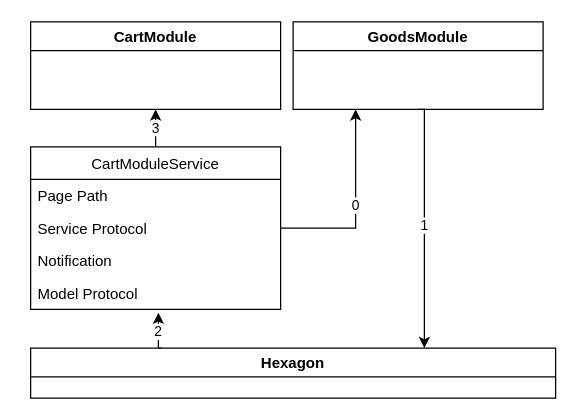
no33jou/yaoyeBlog keeps this draw.io diagram as Hexagon数据流向图.drawio. Above is the earlier version. Source tidied: cells renumbered, new cells numbered last; positions are measured from the earlier drawing's top-left corner, leaving out a move shared by most shapes. Both pictures are drawn from the tidied source at 125%, with x=0, y=0 at pixel (30, 21).
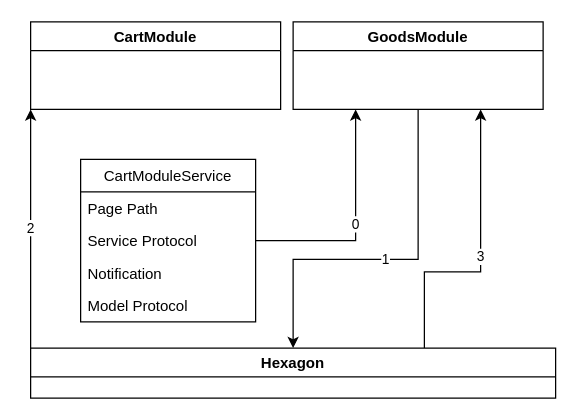
The same diagram, later.

Commit message:
更新Hexagon数据流向图.drawio

The edit, as a diff of the source:
```diff
@@
 <mxGraphModel>
   <root>
     <mxCell id="0" />
     <mxCell id="1" parent="0" />
-    <mxCell id="2" value="3" style="edgeStyle=orthogonalEdgeStyle;rounded=0;jettySize=auto;html=1;exitX=0.5;exitY=0;exitDx=0;exitDy=0;entryX=0.5;entryY=1;entryDx=0;entryDy=0;" parent="1" edge="1" source="3" target="8">
-      <mxGeometry relative="1" as="geometry" />
-    </mxCell>
     <mxCell id="3" value="CartModuleService" style="swimlane;fontStyle=0;horizontal=1;startSize=26;fillColor=none;" parent="1" vertex="1">
-      <mxGeometry y="100" width="200" height="130" as="geometry" />
+      <mxGeometry x="40" y="110" width="140" height="130" as="geometry" />
     </mxCell>
     <mxCell id="4" value="Page Path" style="text;strokeColor=none;fillColor=none;align=left;verticalAlign=top;spacingLeft=4;spacingRight=4;overflow=hidden;" parent="3" vertex="1">
-      <mxGeometry y="26" width="200" height="26" as="geometry" />
+      <mxGeometry y="26" width="140" height="26" as="geometry" />
     </mxCell>
     <mxCell id="5" value="Service Protocol" style="text;strokeColor=none;fillColor=none;align=left;verticalAlign=top;spacingLeft=4;spacingRight=4;overflow=hidden;points=[[0,0.5],[1,0.5]];portConstraint=eastwest;" parent="3" vertex="1">
-      <mxGeometry y="52" width="200" height="26" as="geometry" />
+      <mxGeometry y="52" width="140" height="26" as="geometry" />
     </mxCell>
     <mxCell id="6" value="Notification" style="text;strokeColor=none;fillColor=none;align=left;verticalAlign=top;spacingLeft=4;spacingRight=4;overflow=hidden;" parent="3" vertex="1">
-      <mxGeometry y="78" width="200" height="26" as="geometry" />
+      <mxGeometry y="78" width="140" height="26" as="geometry" />
     </mxCell>
     <mxCell id="7" value="Model Protocol" style="text;strokeColor=none;fillColor=none;align=left;verticalAlign=top;spacingLeft=4;spacingRight=4;overflow=hidden;points=[[0,0.5],[1,0.5]];portConstraint=eastwest;" parent="3" vertex="1">
-      <mxGeometry y="104" width="200" height="26" as="geometry" />
+      <mxGeometry y="104" width="140" height="26" as="geometry" />
     </mxCell>
     <mxCell id="8" value="CartModule" style="swimlane;" parent="1" vertex="1">
       <mxGeometry width="200" height="70" as="geometry" />
     </mxCell>
-    <mxCell id="9" value="1" style="edgeStyle=orthogonalEdgeStyle;rounded=0;jettySize=auto;html=1;exitX=0.5;exitY=1;exitDx=0;exitDy=0;entryX=0.75;entryY=0;entryDx=0;entryDy=0;" parent="1" edge="1" source="10" target="12">
+    <mxCell id="9" value="1" style="edgeStyle=orthogonalEdgeStyle;rounded=0;jettySize=auto;html=1;exitX=0.5;exitY=1;exitDx=0;exitDy=0;entryX=0.5;entryY=0;entryDx=0;entryDy=0;" parent="1" edge="1" source="10" target="12">
       <mxGeometry relative="1" as="geometry">
         <Array as="points">
-          <mxPoint x="315" y="70" />
+          <mxPoint x="310" y="190" />
+          <mxPoint x="210" y="190" />
         </Array>
       </mxGeometry>
     </mxCell>
     <mxCell id="10" value="GoodsModule" style="swimlane;" parent="1" vertex="1">
       <mxGeometry x="210" width="200" height="70" as="geometry" />
     </mxCell>
-    <mxCell id="11" value="2" style="edgeStyle=orthogonalEdgeStyle;rounded=0;jettySize=auto;html=1;exitX=0.25;exitY=0;exitDx=0;exitDy=0;entryX=0.511;entryY=1.103;entryDx=0;entryDy=0;entryPerimeter=0;" parent="1" edge="1" source="12" target="7">
+    <mxCell id="11" value="2" style="edgeStyle=orthogonalEdgeStyle;rounded=0;jettySize=auto;html=1;exitX=0;exitY=0;exitDx=0;exitDy=0;entryX=0;entryY=1;entryDx=0;entryDy=0;" parent="1" edge="1" source="12" target="8">
       <mxGeometry relative="1" as="geometry" />
     </mxCell>
+    <mxCell id="2" value="3" style="edgeStyle=orthogonalEdgeStyle;rounded=0;jettySize=auto;html=1;exitX=0.75;exitY=0;exitDx=0;exitDy=0;entryX=0.75;entryY=1;entryDx=0;entryDy=0;" parent="1" edge="1" source="12" target="10">
+      <mxGeometry relative="1" as="geometry">
+        <Array as="points">
+          <mxPoint x="315" y="200" />
+          <mxPoint x="360" y="200" />
+        </Array>
+      </mxGeometry>
+    </mxCell>
     <mxCell id="12" value="Hexagon" style="swimlane;" parent="1" vertex="1">
       <mxGeometry y="261" width="420" height="40" as="geometry" />
     </mxCell>
     <mxCell id="13" value="0" style="edgeStyle=orthogonalEdgeStyle;rounded=0;jettySize=auto;html=1;exitX=1;exitY=0.5;exitDx=0;exitDy=0;entryX=0.25;entryY=1;entryDx=0;entryDy=0;" parent="1" edge="1" source="5" target="10">
       <mxGeometry relative="1" as="geometry" />
     </mxCell>
   </root>
 </mxGraphModel>
```
